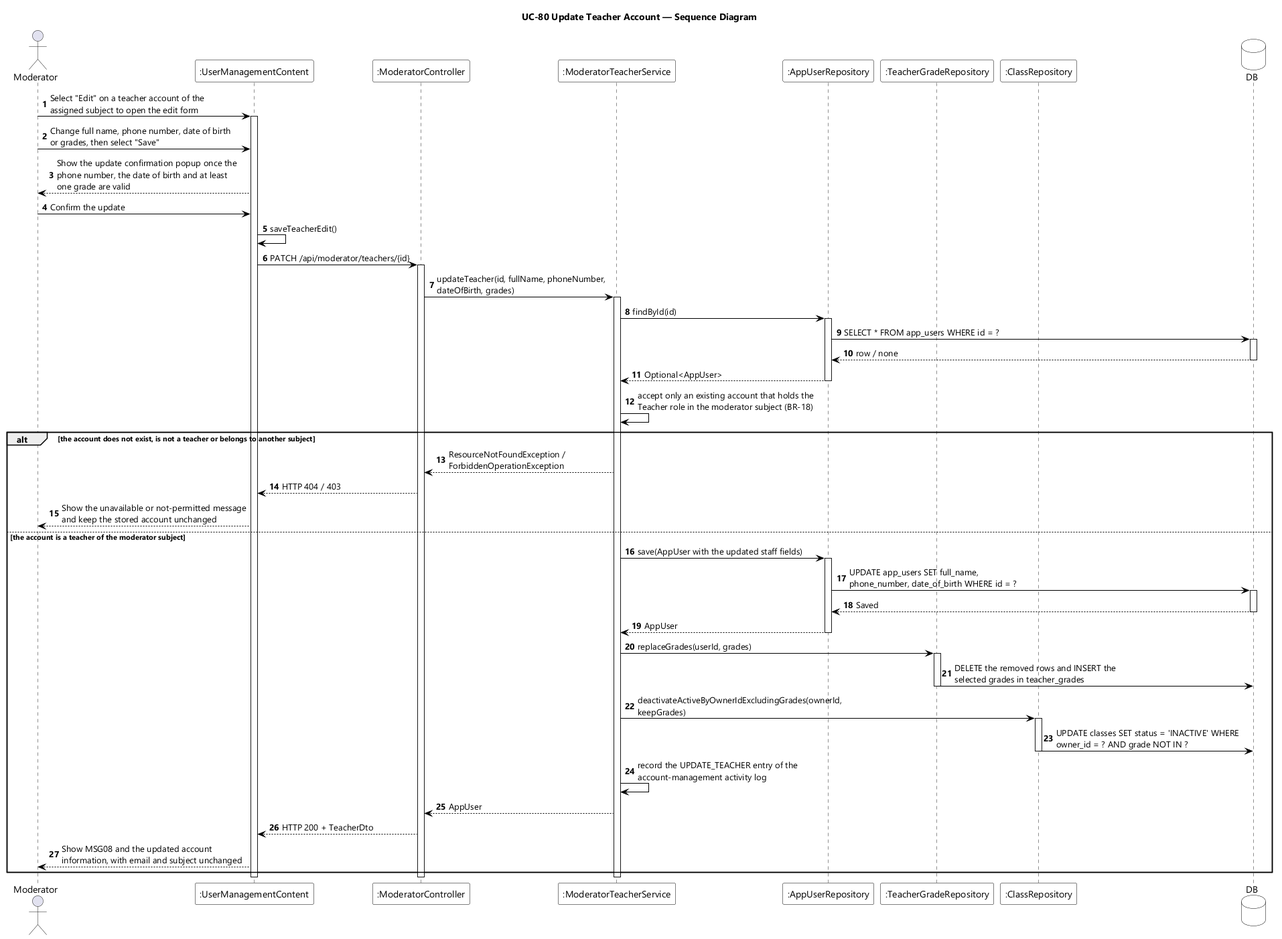
EduA-system/EduA-system keeps this PlantUML diagram as designs/sds-diagrams/uc80/uc80-sequence-diagram.png. Above is the earlier version.
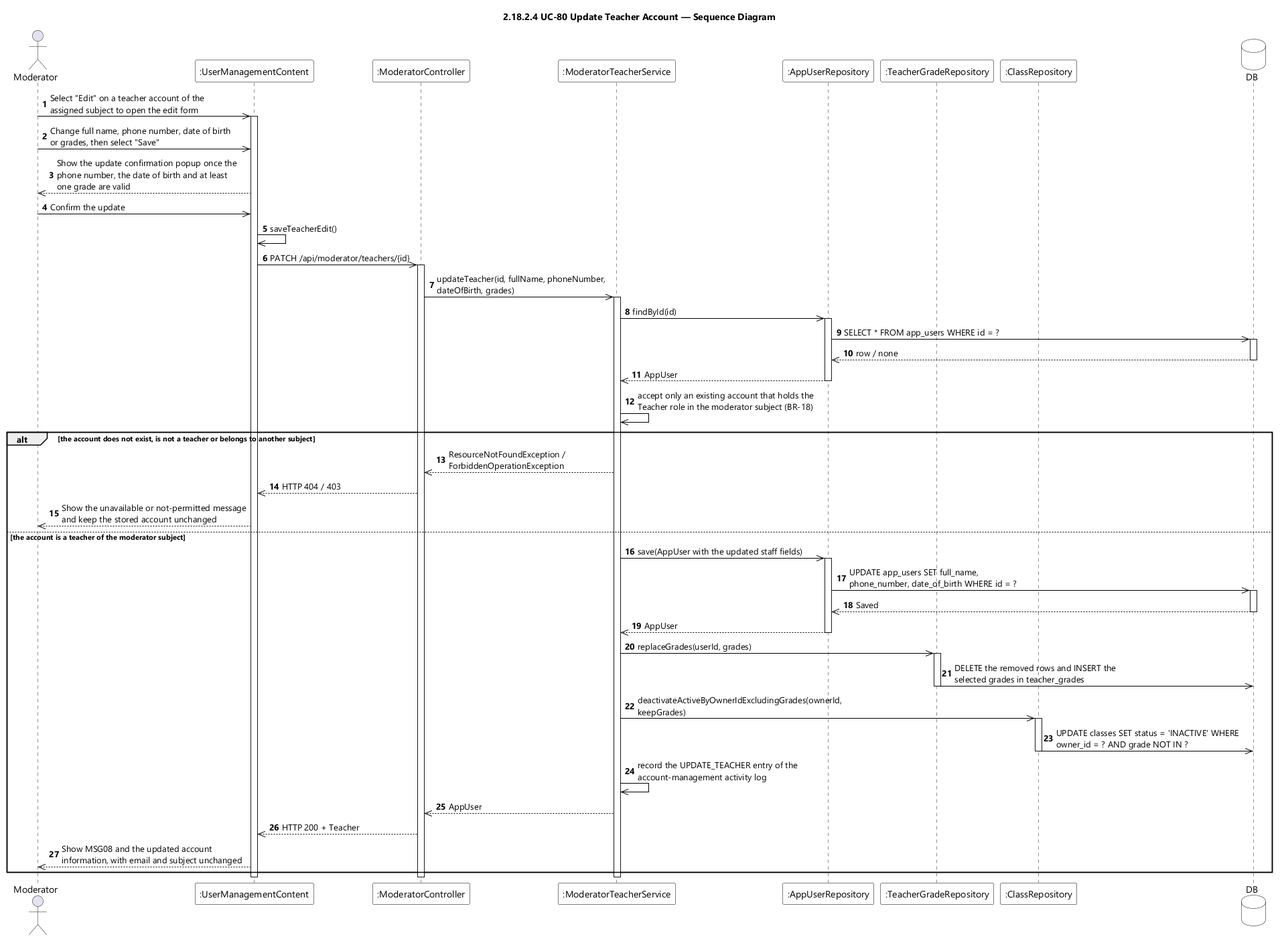
The same file after the commit.

Change to the diagram source:
```diff
@@ -9,7 +9,7 @@
 skinparam ArrowColor #000000
 skinparam sequenceMessageAlign left
 skinparam maxMessageSize 280
-title UC-80 Update Teacher Account — Sequence Diagram
+title 2.18.2.4 UC-80 Update Teacher Account — Sequence Diagram
 
 actor Moderator
 participant ":UserManagementContent" as UI
@@ -21,51 +21,51 @@
 database DB
 
 autonumber
-Moderator -> UI : Select "Edit" on a teacher account of the assigned subject to open the edit form
+Moderator ->> UI : Select "Edit" on a teacher account of the assigned subject to open the edit form
 activate UI
-Moderator -> UI : Change full name, phone number, date of birth or grades, then select "Save"
-UI --> Moderator : Show the update confirmation popup once the phone number, the date of birth and at least one grade are valid
-Moderator -> UI : Confirm the update
-UI -> UI : saveTeacherEdit()
-UI -> CTL : PATCH /api/moderator/teachers/{id}
+Moderator ->> UI : Change full name, phone number, date of birth or grades, then select "Save"
+UI -->> Moderator : Show the update confirmation popup once the phone number, the date of birth and at least one grade are valid
+Moderator ->> UI : Confirm the update
+UI ->> UI : saveTeacherEdit()
+UI ->> CTL : PATCH /api/moderator/teachers/{id}
 activate CTL
-CTL -> SVC : updateTeacher(id, fullName, phoneNumber, dateOfBirth, grades)
+CTL ->> SVC : updateTeacher(id, fullName, phoneNumber, dateOfBirth, grades)
 activate SVC
-SVC -> USERS : findById(id)
+SVC ->> USERS : findById(id)
 activate USERS
-USERS -> DB : SELECT * FROM app_users WHERE id = ?
+USERS ->> DB : SELECT * FROM app_users WHERE id = ?
 activate DB
-DB --> USERS : row / none
+DB -->> USERS : row / none
 deactivate DB
-USERS --> SVC : Optional<AppUser>
+USERS -->> SVC : AppUser
 deactivate USERS
-SVC -> SVC : accept only an existing account that holds the Teacher role in the moderator subject (BR-18)
+SVC ->> SVC : accept only an existing account that holds the Teacher role in the moderator subject (BR-18)
 
 alt the account does not exist, is not a teacher or belongs to another subject
-  SVC --> CTL : ResourceNotFoundException / ForbiddenOperationException
-  CTL --> UI : HTTP 404 / 403
-  UI --> Moderator : Show the unavailable or not-permitted message and keep the stored account unchanged
+  SVC -->> CTL : ResourceNotFoundException / ForbiddenOperationException
+  CTL -->> UI : HTTP 404 / 403
+  UI -->> Moderator : Show the unavailable or not-permitted message and keep the stored account unchanged
 else the account is a teacher of the moderator subject
-  SVC -> USERS : save(AppUser with the updated staff fields)
+  SVC ->> USERS : save(AppUser with the updated staff fields)
   activate USERS
-  USERS -> DB : UPDATE app_users SET full_name, phone_number, date_of_birth WHERE id = ?
+  USERS ->> DB : UPDATE app_users SET full_name, phone_number, date_of_birth WHERE id = ?
   activate DB
-  DB --> USERS : Saved
+  DB -->> USERS : Saved
   deactivate DB
-  USERS --> SVC : AppUser
+  USERS -->> SVC : AppUser
   deactivate USERS
-  SVC -> GRADES : replaceGrades(userId, grades)
+  SVC ->> GRADES : replaceGrades(userId, grades)
   activate GRADES
-  GRADES -> DB : DELETE the removed rows and INSERT the selected grades in teacher_grades
+  GRADES ->> DB : DELETE the removed rows and INSERT the selected grades in teacher_grades
   deactivate GRADES
-  SVC -> CLASSES : deactivateActiveByOwnerIdExcludingGrades(ownerId, keepGrades)
+  SVC ->> CLASSES : deactivateActiveByOwnerIdExcludingGrades(ownerId, keepGrades)
   activate CLASSES
-  CLASSES -> DB : UPDATE classes SET status = 'INACTIVE' WHERE owner_id = ? AND grade NOT IN ?
+  CLASSES ->> DB : UPDATE classes SET status = 'INACTIVE' WHERE owner_id = ? AND grade NOT IN ?
   deactivate CLASSES
-  SVC -> SVC : record the UPDATE_TEACHER entry of the account-management activity log
-  SVC --> CTL : AppUser
-  CTL --> UI : HTTP 200 + TeacherDto
-  UI --> Moderator : Show MSG08 and the updated account information, with email and subject unchanged
+  SVC ->> SVC : record the UPDATE_TEACHER entry of the account-management activity log
+  SVC -->> CTL : AppUser
+  CTL -->> UI : HTTP 200 + Teacher
+  UI -->> Moderator : Show MSG08 and the updated account information, with email and subject unchanged
 end
 deactivate SVC
 deactivate CTL
```
